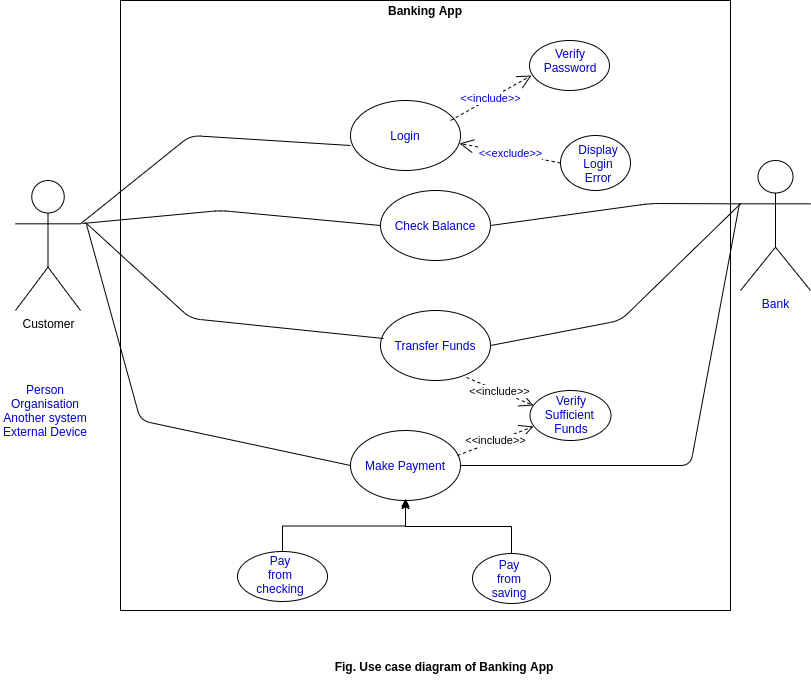
Before: use_case_diagram.png, a diagram exported from draw.io (ERUSDHARMENDRA/diagrams). Source tidied: cells renumbered, new cells last; positions are measured from the earlier drawing's top-left corner, leaving out a move shared by most shapes.
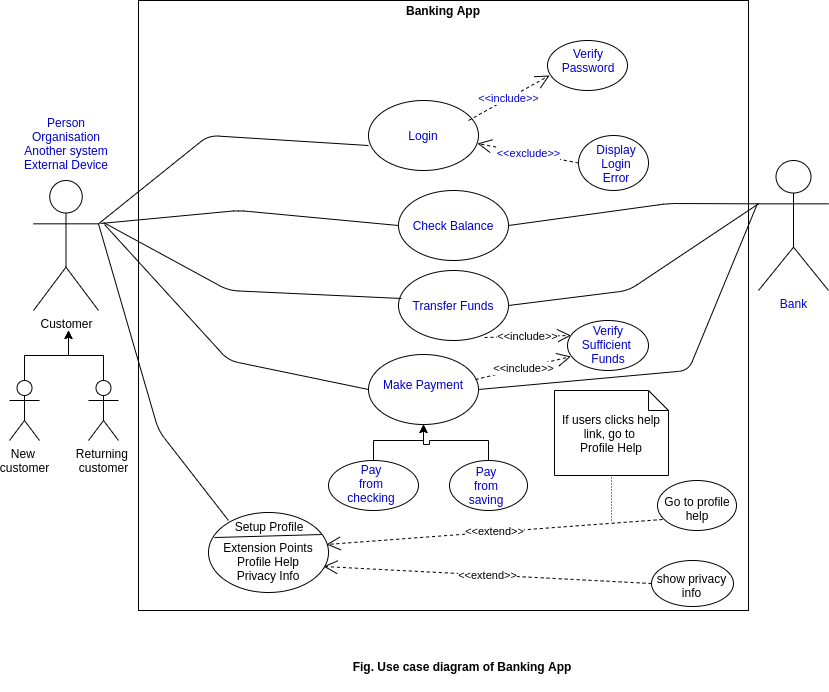
After the change.

What changed in the source:
```diff
@@ -2,7 +2,7 @@
   <root>
     <mxCell id="0" />
     <mxCell id="1" parent="0" />
-    <mxCell id="2" style="whiteSpace=wrap;html=1;" parent="1" vertex="1">
+    <mxCell id="2" style="whiteSpace=wrap;html=1;imageHeight=24;" parent="1" vertex="1">
       <mxGeometry x="120" width="610" height="610" as="geometry" />
     </mxCell>
     <mxCell id="3" value="Banking App" style="text;html=1;strokeColor=none;align=center;verticalAlign=middle;whiteSpace=wrap;rounded=0;fontStyle=1;" parent="1" vertex="1">
@@ -12,7 +12,7 @@
       <mxGeometry x="15" y="180" width="65" height="130" as="geometry" />
     </mxCell>
     <mxCell id="5" value="Person&lt;br&gt;Organisation&lt;br&gt;Another system&lt;br&gt;External Device" style="text;html=1;strokeColor=none;fillColor=none;align=center;verticalAlign=middle;whiteSpace=wrap;rounded=0;fontColor=#0000CC;" parent="1" vertex="1">
-      <mxGeometry y="380" width="90" height="60" as="geometry" />
+      <mxGeometry x="2.5" y="113" width="90" height="60" as="geometry" />
     </mxCell>
     <mxCell id="6" value="Bank" style="shape=umlActor;verticalLabelPosition=bottom;verticalAlign=top;html=1;outlineConnect=0;fontColor=#0000CC;" parent="1" vertex="1">
       <mxGeometry x="740" y="160" width="70" height="130" as="geometry" />
@@ -30,16 +30,16 @@
       <mxGeometry x="390" y="210" width="90" height="30" as="geometry" />
     </mxCell>
     <mxCell id="11" style="ellipse;whiteSpace=wrap;html=1;fontColor=#0000CC;" parent="1" vertex="1">
-      <mxGeometry x="380" y="310" width="110" height="70" as="geometry" />
+      <mxGeometry x="380" y="270" width="110" height="70" as="geometry" />
     </mxCell>
     <mxCell id="12" value="Transfer Funds" style="text;html=1;strokeColor=none;fillColor=none;align=center;verticalAlign=middle;whiteSpace=wrap;rounded=0;fontColor=#0000CC;" parent="1" vertex="1">
-      <mxGeometry x="390" y="330" width="90" height="30" as="geometry" />
+      <mxGeometry x="390" y="290" width="90" height="30" as="geometry" />
     </mxCell>
     <mxCell id="13" style="ellipse;whiteSpace=wrap;html=1;fontColor=#0000CC;" parent="1" vertex="1">
-      <mxGeometry x="350" y="430" width="110" height="70" as="geometry" />
+      <mxGeometry x="350" y="354" width="110" height="70" as="geometry" />
     </mxCell>
     <mxCell id="14" value="Make Payment" style="text;html=1;strokeColor=none;fillColor=none;align=center;verticalAlign=middle;whiteSpace=wrap;rounded=0;fontColor=#0000CC;" parent="1" vertex="1">
-      <mxGeometry x="360" y="450" width="90" height="30" as="geometry" />
+      <mxGeometry x="360" y="369" width="90" height="30" as="geometry" />
     </mxCell>
     <mxCell id="15" style="endArrow=none;html=1;fontColor=#0000CC;exitX=1;exitY=0.3333333333333333;exitDx=0;exitDy=0;exitPerimeter=0;entryX=0;entryY=0.643;entryDx=0;entryDy=0;entryPerimeter=0;" parent="1" edge="1" source="4" target="7">
       <mxGeometry relative="1" as="geometry">
@@ -60,7 +60,7 @@
       <mxGeometry relative="1" as="geometry">
         <mxPoint x="85" y="222" as="sourcePoint" />
         <Array as="points">
-          <mxPoint x="190" y="318" />
+          <mxPoint x="210" y="290" />
         </Array>
       </mxGeometry>
     </mxCell>
@@ -68,7 +68,7 @@
       <mxGeometry relative="1" as="geometry">
         <mxPoint x="86" y="224" as="sourcePoint" />
         <Array as="points">
-          <mxPoint x="140" y="420" />
+          <mxPoint x="210" y="360" />
         </Array>
       </mxGeometry>
     </mxCell>
@@ -83,7 +83,7 @@
     <mxCell id="20" style="endArrow=none;html=1;fontColor=#0000CC;exitX=1;exitY=0.5;exitDx=0;exitDy=0;entryX=0;entryY=0.3333333333333333;entryDx=0;entryDy=0;entryPerimeter=0;" parent="1" edge="1" source="11" target="6">
       <mxGeometry relative="1" as="geometry">
         <Array as="points">
-          <mxPoint x="620" y="320" />
+          <mxPoint x="610" y="290" />
         </Array>
       </mxGeometry>
     </mxCell>
@@ -91,7 +91,7 @@
       <mxGeometry relative="1" as="geometry">
         <mxPoint x="739" y="203" as="targetPoint" />
         <Array as="points">
-          <mxPoint x="690" y="465" />
+          <mxPoint x="670" y="370" />
         </Array>
       </mxGeometry>
     </mxCell>
@@ -108,35 +108,28 @@
       <mxGeometry x="578" y="153" width="40" height="20" as="geometry" />
     </mxCell>
     <mxCell id="26" style="ellipse;whiteSpace=wrap;html=1;fontColor=#0000CC;fillColor=none;" parent="1" vertex="1">
-      <mxGeometry x="529.5" y="390" width="81" height="50" as="geometry" />
+      <mxGeometry x="549" y="320" width="81" height="50" as="geometry" />
     </mxCell>
     <mxCell id="27" value="Verify Sufficient&amp;nbsp;&lt;br&gt;Funds" style="text;html=1;strokeColor=none;fillColor=none;align=center;verticalAlign=middle;whiteSpace=wrap;rounded=0;fontColor=#0000CC;" parent="1" vertex="1">
-      <mxGeometry x="550.5" y="404" width="40" height="20" as="geometry" />
+      <mxGeometry x="570" y="334" width="40" height="20" as="geometry" />
     </mxCell>
     <mxCell id="28" style="edgeStyle=orthogonalEdgeStyle;rounded=0;jettySize=auto;html=1;exitX=0.5;exitY=0;exitDx=0;exitDy=0;entryX=0.5;entryY=1;entryDx=0;entryDy=0;fontColor=#000000;" parent="1" edge="1" source="29" target="13">
       <mxGeometry relative="1" as="geometry" />
     </mxCell>
     <mxCell id="29" style="ellipse;whiteSpace=wrap;html=1;fontColor=#0000CC;fillColor=none;" parent="1" vertex="1">
-      <mxGeometry x="237" y="551" width="90" height="50" as="geometry" />
+      <mxGeometry x="310" y="460" width="90" height="50" as="geometry" />
     </mxCell>
     <mxCell id="30" value="Pay from checking" style="text;html=1;strokeColor=none;fillColor=none;align=center;verticalAlign=middle;whiteSpace=wrap;rounded=0;fontColor=#0000CC;" parent="1" vertex="1">
-      <mxGeometry x="260" y="564" width="40" height="20" as="geometry" />
+      <mxGeometry x="333" y="473" width="40" height="20" as="geometry" />
     </mxCell>
-    <mxCell id="31" style="edgeStyle=orthogonalEdgeStyle;rounded=0;orthogonalLoop=1;jettySize=auto;html=1;exitX=0.5;exitY=0;exitDx=0;exitDy=0;fontColor=#000000;" parent="1" edge="1">
-      <mxGeometry relative="1" as="geometry">
-        <mxPoint x="511" y="553" as="sourcePoint" />
-        <mxPoint x="405" y="498" as="targetPoint" />
-        <Array as="points">
-          <mxPoint x="511" y="526" />
-          <mxPoint x="405" y="526" />
-        </Array>
-      </mxGeometry>
-    </mxCell>
+    <mxCell id="39" style="edgeStyle=orthogonalEdgeStyle;rounded=0;jettySize=auto;html=1;exitX=0.5;exitY=0;exitDx=0;exitDy=0;fontColor=#000000;" parent="1" edge="1" source="32" target="13">
+      <mxGeometry relative="1" as="geometry" />
+    </mxCell>
     <mxCell id="32" style="ellipse;whiteSpace=wrap;html=1;fontColor=#0000CC;fillColor=none;" parent="1" vertex="1">
-      <mxGeometry x="472" y="553" width="78" height="50" as="geometry" />
+      <mxGeometry x="431" y="460" width="78" height="50" as="geometry" />
     </mxCell>
     <mxCell id="33" value="Pay from saving" style="text;html=1;strokeColor=none;fillColor=none;align=center;verticalAlign=middle;whiteSpace=wrap;rounded=0;fontColor=#0000CC;" parent="1" vertex="1">
-      <mxGeometry x="489" y="568" width="40" height="20" as="geometry" />
+      <mxGeometry x="448" y="475" width="40" height="20" as="geometry" />
     </mxCell>
     <mxCell id="34" value="&amp;lt;&amp;lt;include&amp;gt;&amp;gt;" style="endArrow=open;endSize=12;dashed=1;html=1;fontColor=#0000CC;entryX=0.025;entryY=0.7;entryDx=0;entryDy=0;entryPerimeter=0;exitX=1;exitY=0;exitDx=0;exitDy=0;" parent="1" edge="1" source="8" target="22">
       <mxGeometry relative="1" as="geometry" />
@@ -153,5 +146,67 @@
     <mxCell id="38" value="&amp;lt;&amp;lt;include&amp;gt;&amp;gt;" style="endArrow=open;endSize=12;dashed=1;html=1;fontColor=#000000;exitX=0.973;exitY=0.357;exitDx=0;exitDy=0;exitPerimeter=0;entryX=0.043;entryY=0.72;entryDx=0;entryDy=0;entryPerimeter=0;" parent="1" edge="1" source="13" target="26">
       <mxGeometry relative="1" as="geometry" />
     </mxCell>
+    <mxCell id="40" style="edgeStyle=orthogonalEdgeStyle;rounded=0;jettySize=auto;html=1;exitX=0.5;exitY=0;exitDx=0;exitDy=0;exitPerimeter=0;fontColor=#000000;" parent="1" edge="1" source="41">
+      <mxGeometry relative="1" as="geometry">
+        <mxPoint x="50" y="330" as="targetPoint" />
+      </mxGeometry>
+    </mxCell>
+    <mxCell id="41" value="New &lt;br&gt;customer" style="shape=umlActor;verticalLabelPosition=bottom;verticalAlign=top;html=1;outlineConnect=0;fontColor=#000000;fillColor=none;" parent="1" vertex="1">
+      <mxGeometry x="-9" y="380" width="30" height="60" as="geometry" />
+    </mxCell>
+    <mxCell id="42" style="edgeStyle=orthogonalEdgeStyle;rounded=0;jettySize=auto;html=1;exitX=0.5;exitY=0;exitDx=0;exitDy=0;exitPerimeter=0;fontColor=#000000;" parent="1" edge="1" source="43">
+      <mxGeometry relative="1" as="geometry">
+        <mxPoint x="50" y="330" as="targetPoint" />
+      </mxGeometry>
+    </mxCell>
+    <mxCell id="43" value="Returning&amp;nbsp;&lt;br&gt;customer" style="shape=umlActor;verticalLabelPosition=bottom;verticalAlign=top;html=1;outlineConnect=0;fontColor=#000000;fillColor=none;" parent="1" vertex="1">
+      <mxGeometry x="70" y="380" width="30" height="60" as="geometry" />
+    </mxCell>
+    <mxCell id="44" style="ellipse;whiteSpace=wrap;html=1;fontColor=#000000;fillColor=none;" parent="1" vertex="1">
+      <mxGeometry x="190" y="512" width="120" height="80" as="geometry" />
+    </mxCell>
+    <mxCell id="45" value="Setup Profile" style="text;html=1;strokeColor=none;fillColor=none;align=center;verticalAlign=middle;whiteSpace=wrap;rounded=0;fontColor=#000000;" parent="1" vertex="1">
+      <mxGeometry x="206" y="511" width="90" height="30" as="geometry" />
+    </mxCell>
+    <mxCell id="46" style="endArrow=none;html=1;fontColor=#000000;exitX=0.05;exitY=0.313;exitDx=0;exitDy=0;entryX=0.95;entryY=0.275;entryDx=0;entryDy=0;entryPerimeter=0;exitPerimeter=0;" parent="1" edge="1" source="44" target="44">
+      <mxGeometry relative="1" as="geometry" />
+    </mxCell>
+    <mxCell id="47" value="Extension Points Profile Help&lt;br&gt;Privacy Info" style="text;html=1;strokeColor=none;fillColor=none;align=center;verticalAlign=middle;whiteSpace=wrap;rounded=0;fontColor=#000000;" parent="1" vertex="1">
+      <mxGeometry x="195" y="556" width="110" height="10" as="geometry" />
+    </mxCell>
+    <mxCell id="48" style="endArrow=none;html=1;fontColor=#000000;entryX=1;entryY=0.3333333333333333;entryDx=0;entryDy=0;entryPerimeter=0;" parent="1" edge="1" target="4">
+      <mxGeometry relative="1" as="geometry">
+        <mxPoint x="210" y="520" as="sourcePoint" />
+        <Array as="points">
+          <mxPoint x="140" y="430" />
+        </Array>
+      </mxGeometry>
+    </mxCell>
+    <mxCell id="49" style="ellipse;whiteSpace=wrap;html=1;fontColor=#000000;fillColor=none;" parent="1" vertex="1">
+      <mxGeometry x="639" y="480" width="79" height="50" as="geometry" />
+    </mxCell>
+    <mxCell id="50" style="ellipse;whiteSpace=wrap;html=1;fontColor=#000000;fillColor=none;" parent="1" vertex="1">
+      <mxGeometry x="633" y="560" width="82" height="46" as="geometry" />
+    </mxCell>
+    <mxCell id="51" value="Go to profile help" style="text;html=1;strokeColor=none;fillColor=none;align=center;verticalAlign=middle;whiteSpace=wrap;rounded=0;fontColor=#000000;" parent="1" vertex="1">
+      <mxGeometry x="634" y="500" width="90" height="15" as="geometry" />
+    </mxCell>
+    <mxCell id="52" value="show privacy info" style="text;html=1;strokeColor=none;fillColor=none;align=center;verticalAlign=middle;whiteSpace=wrap;rounded=0;fontColor=#000000;" parent="1" vertex="1">
+      <mxGeometry x="637.2" y="577.2" width="72.5" height="14.5" as="geometry" />
+    </mxCell>
+    <mxCell id="53" value="&amp;lt;&amp;lt;extend&amp;gt;&amp;gt;" style="endArrow=open;endSize=12;dashed=1;html=1;fontColor=#000000;entryX=0.983;entryY=0.4;entryDx=0;entryDy=0;entryPerimeter=0;exitX=0.063;exitY=0.78;exitDx=0;exitDy=0;exitPerimeter=0;" parent="1" edge="1" source="49" target="44">
+      <mxGeometry relative="1" as="geometry" />
+    </mxCell>
+    <mxCell id="54" value="&amp;lt;&amp;lt;extend&amp;gt;&amp;gt;" style="endArrow=open;endSize=12;dashed=1;html=1;fontColor=#000000;entryX=1;entryY=1;entryDx=0;entryDy=0;exitX=0;exitY=0.5;exitDx=0;exitDy=0;" parent="1" edge="1" source="50" target="47">
+      <mxGeometry relative="1" as="geometry" />
+    </mxCell>
+    <mxCell id="55" value="If users clicks help link, go to&amp;nbsp;&lt;br&gt;Profile Help" style="shape=note;size=20;whiteSpace=wrap;html=1;fontColor=#000000;fillColor=none;" parent="1" vertex="1">
+      <mxGeometry x="536" y="390" width="114" height="85" as="geometry" />
+    </mxCell>
+    <mxCell id="56" style="endArrow=none;html=1;rounded=0;dashed=1;dashPattern=1 2;fontColor=#000000;entryX=0.5;entryY=1;entryDx=0;entryDy=0;entryPerimeter=0;" parent="1" edge="1" target="55">
+      <mxGeometry relative="1" as="geometry">
+        <mxPoint x="593" y="520" as="sourcePoint" />
+      </mxGeometry>
+    </mxCell>
   </root>
 </mxGraphModel>
```
